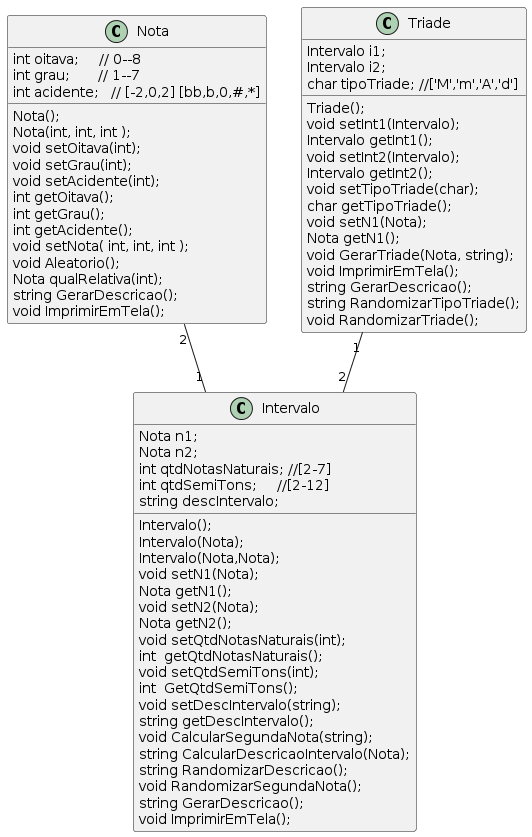
Before: c++/projects/notas/documetation/classDiagram.png, a diagram exported from PlantUML (marcuswlima/learning).
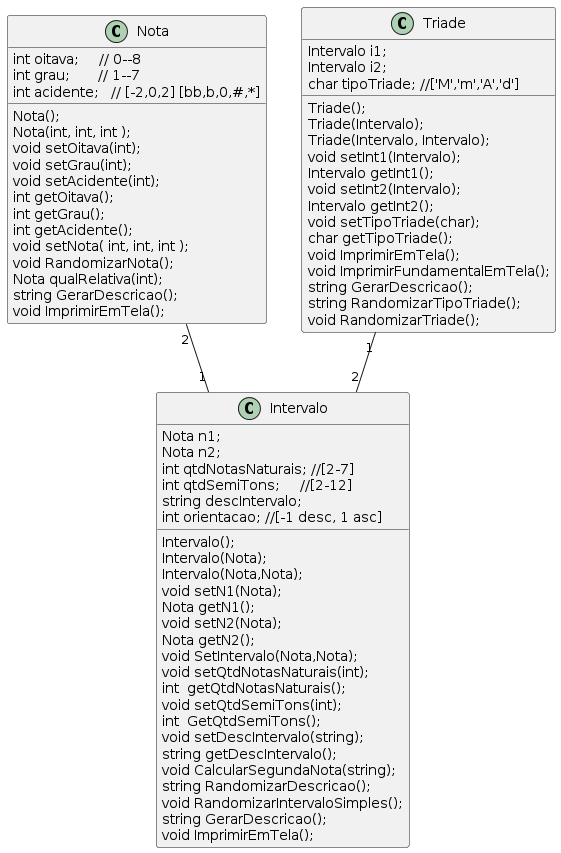
After the commit.

What changed in the source:
```diff
@@ -13,7 +13,7 @@
     int getGrau();
     int getAcidente();
     void setNota( int, int, int );
-    void Aleatorio();
+    void RandomizarNota();
     Nota qualRelativa(int);
     string GerarDescricao();
     void ImprimirEmTela();
@@ -30,6 +30,7 @@
     Nota getN1();
     void setN2(Nota);
     Nota getN2();
+    void SetIntervalo(Nota,Nota);
     void setQtdNotasNaturais(int);
     int  getQtdNotasNaturais();
     void setQtdSemiTons(int);
@@ -37,9 +38,8 @@
     void setDescIntervalo(string);
     string getDescIntervalo();
     void CalcularSegundaNota(string);
-    string CalcularDescricaoIntervalo(Nota);
     string RandomizarDescricao();
-    void RandomizarSegundaNota();
+    void RandomizarIntervaloSimples();
     string GerarDescricao();
     void ImprimirEmTela();
     Nota n1;
@@ -47,20 +47,21 @@
     int qtdNotasNaturais; //[2-7]
     int qtdSemiTons;     //[2-12]
     string descIntervalo;
+    int orientacao; //[-1 desc, 1 asc]
 }
 
 class Triade{
     Triade();
+    Triade(Intervalo);
+    Triade(Intervalo, Intervalo);
     void setInt1(Intervalo);
     Intervalo getInt1();
     void setInt2(Intervalo);
     Intervalo getInt2();
     void setTipoTriade(char);
     char getTipoTriade();
-    void setN1(Nota);
-    Nota getN1();
-    void GerarTriade(Nota, string);
     void ImprimirEmTela();
+    void ImprimirFundamentalEmTela();
     string GerarDescricao();
     string RandomizarTipoTriade();
     void RandomizarTriade();
```
